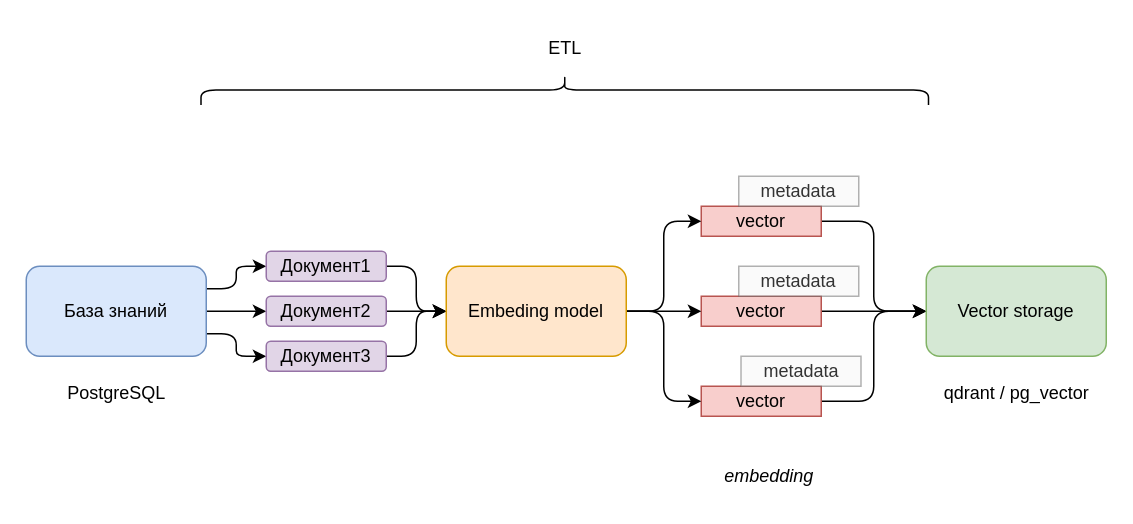
The draw.io diagram page "ETL-to-vector-storage" (1 of 8) of main.drawio in north-leshiy/rag-techlead, before the edit. Source tidied: cells renumbered, new cells numbered last; positions are measured from the earlier drawing's top-left corner, leaving out a move shared by most shapes. Both pictures are drawn from the tidied source at 150%, with x=0, y=0 at pixel (26, -274).
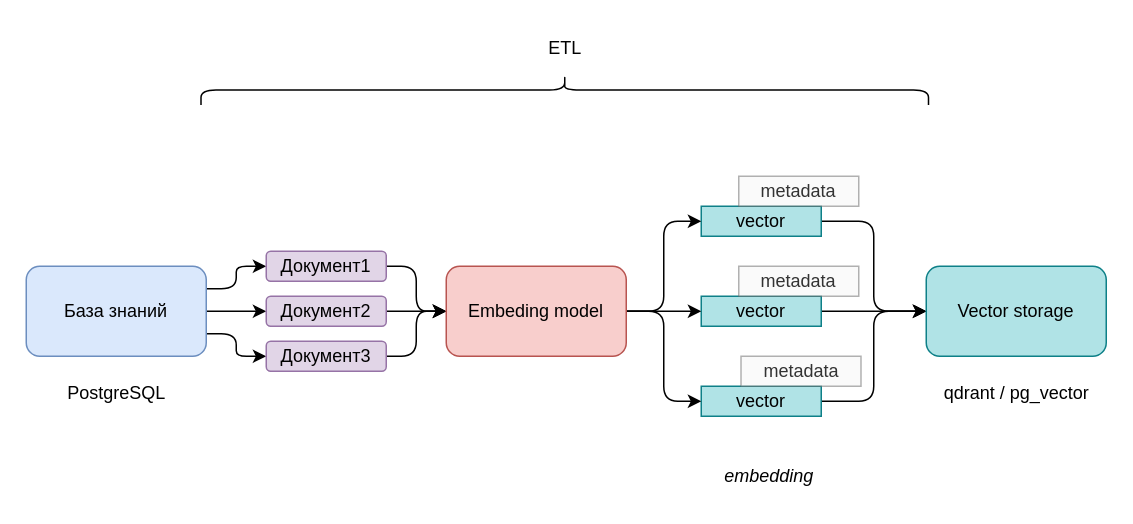
Above is the later version.

Change to the diagram source:
```diff
@@
-    <mxCell id="13" value="vector" style="rounded=0;whiteSpace=wrap;html=1;fillColor=#f8cecc;strokeColor=#b85450;" parent="1" vertex="1">
+    <mxCell id="13" value="vector" style="rounded=0;whiteSpace=wrap;html=1;fillColor=#b0e3e6;strokeColor=#0e8088;" parent="1" vertex="1">
       <mxGeometry x="450" y="320" width="80" height="20" as="geometry" />
     </mxCell>
@@
-    <mxCell id="15" value="vector" style="rounded=0;whiteSpace=wrap;html=1;fillColor=#f8cecc;strokeColor=#b85450;" parent="1" vertex="1">
+    <mxCell id="15" value="vector" style="rounded=0;whiteSpace=wrap;html=1;fillColor=#b0e3e6;strokeColor=#0e8088;" parent="1" vertex="1">
       <mxGeometry x="450" y="380" width="80" height="20" as="geometry" />
     </mxCell>
@@
-    <mxCell id="17" value="vector" style="rounded=0;whiteSpace=wrap;html=1;fillColor=#f8cecc;strokeColor=#b85450;" parent="1" vertex="1">
+    <mxCell id="17" value="vector" style="rounded=0;whiteSpace=wrap;html=1;fillColor=#b0e3e6;strokeColor=#0e8088;" parent="1" vertex="1">
       <mxGeometry x="450" y="440" width="80" height="20" as="geometry" />
     </mxCell>
-    <mxCell id="18" value="Vector storage" style="rounded=1;whiteSpace=wrap;html=1;shadow=0;fillColor=#d5e8d4;strokeColor=#82b366;" parent="1" vertex="1">
+    <mxCell id="18" value="Vector storage" style="rounded=1;whiteSpace=wrap;html=1;shadow=0;fillColor=#b0e3e6;strokeColor=#0e8088;" parent="1" vertex="1">
       <mxGeometry x="600" y="360" width="120" height="60" as="geometry" />
     </mxCell>
@@
-    <mxCell id="25" value="Embeding model" style="rounded=1;whiteSpace=wrap;html=1;shadow=0;fillColor=#ffe6cc;strokeColor=#d79b00;" parent="1" vertex="1">
+    <mxCell id="25" value="Embeding model" style="rounded=1;whiteSpace=wrap;html=1;shadow=0;fillColor=#f8cecc;strokeColor=#b85450;" parent="1" vertex="1">
       <mxGeometry x="280" y="360" width="120" height="60" as="geometry" />
     </mxCell>
```
